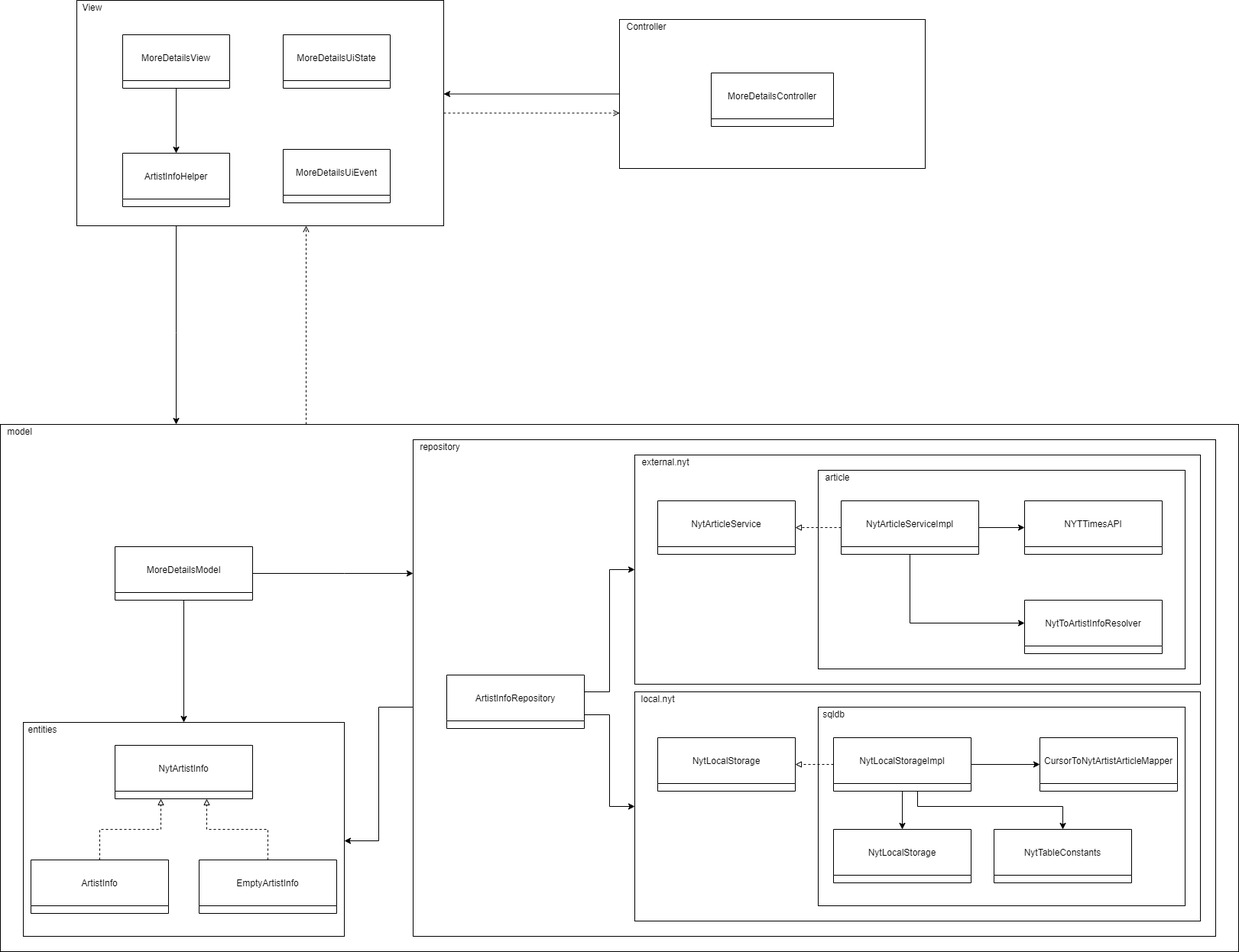
Earlier version of the draw.io export docs/moreDetails_classes_diagram.png (FerminAlvarez/Libreria-NY3-AyDS22). Source tidied: cells renumbered, new cells last; positions are measured from the earlier drawing's top-left corner, leaving out a move shared by most shapes. Source of this version:
```xml
<mxGraphModel>
  <root>
    <mxCell id="0" />
    <mxCell id="1" parent="0" />
    <mxCell id="2" style="edgeStyle=orthogonalEdgeStyle;rounded=0;jettySize=auto;html=1;endArrow=open;endFill=0;dashed=1;" parent="1" edge="1" source="3" target="8">
      <mxGeometry relative="1" as="geometry">
        <Array as="points">
          <mxPoint x="400" y="435" />
          <mxPoint x="400" y="435" />
        </Array>
      </mxGeometry>
    </mxCell>
    <mxCell id="3" style="rounded=0;whiteSpace=wrap;html=1;" parent="1" vertex="1">
      <mxGeometry y="555" width="1620" height="690" as="geometry" />
    </mxCell>
    <mxCell id="4" style="edgeStyle=orthogonalEdgeStyle;rounded=0;jettySize=auto;html=1;endArrow=classic;endFill=1;" parent="1" edge="1" source="5" target="8">
      <mxGeometry relative="1" as="geometry">
        <Array as="points">
          <mxPoint x="900" y="170" />
          <mxPoint x="900" y="170" />
        </Array>
      </mxGeometry>
    </mxCell>
    <mxCell id="5" style="rounded=0;whiteSpace=wrap;html=1;" parent="1" vertex="1">
      <mxGeometry x="810" y="25" width="400" height="195" as="geometry" />
    </mxCell>
    <mxCell id="6" style="edgeStyle=orthogonalEdgeStyle;rounded=0;jettySize=auto;html=1;endArrow=classic;endFill=1;" parent="1" edge="1" source="8" target="3">
      <mxGeometry relative="1" as="geometry">
        <Array as="points">
          <mxPoint x="230" y="435" />
          <mxPoint x="230" y="435" />
        </Array>
      </mxGeometry>
    </mxCell>
    <mxCell id="7" style="edgeStyle=orthogonalEdgeStyle;rounded=0;jettySize=auto;html=1;endArrow=open;endFill=0;dashed=1;" parent="1" edge="1" source="8" target="5">
      <mxGeometry relative="1" as="geometry">
        <Array as="points">
          <mxPoint x="830" y="213" />
          <mxPoint x="830" y="213" />
        </Array>
      </mxGeometry>
    </mxCell>
    <mxCell id="8" style="rounded=0;whiteSpace=wrap;html=1;" parent="1" vertex="1">
      <mxGeometry x="100" width="480" height="295" as="geometry" />
    </mxCell>
    <mxCell id="9" value="MoreDetailsUiEvent" style="swimlane;fontStyle=0;horizontal=1;startSize=60;" parent="1" vertex="1">
      <mxGeometry x="370" y="195" width="140" height="70" as="geometry" />
    </mxCell>
    <mxCell id="10" value="MoreDetailsUiState" style="swimlane;fontStyle=0;horizontal=1;startSize=60;" parent="1" vertex="1">
      <mxGeometry x="370" y="45" width="140" height="70" as="geometry" />
    </mxCell>
    <mxCell id="11" style="edgeStyle=orthogonalEdgeStyle;rounded=0;jettySize=auto;html=1;endArrow=classic;endFill=1;" parent="1" edge="1" source="12" target="13">
      <mxGeometry relative="1" as="geometry" />
    </mxCell>
    <mxCell id="12" value="MoreDetailsView" style="swimlane;fontStyle=0;horizontal=1;startSize=60;" parent="1" vertex="1">
      <mxGeometry x="160" y="45" width="140" height="70" as="geometry" />
    </mxCell>
    <mxCell id="13" value="ArtistInfoHelper" style="swimlane;fontStyle=0;horizontal=1;startSize=60;" parent="1" vertex="1">
      <mxGeometry x="160" y="200" width="140" height="70" as="geometry" />
    </mxCell>
    <mxCell id="14" value="MoreDetailsController" style="swimlane;fontStyle=0;horizontal=1;startSize=60;" parent="1" vertex="1">
      <mxGeometry x="930" y="95" width="160" height="70" as="geometry" />
    </mxCell>
    <mxCell id="15" value="View" style="text;html=1;align=center;verticalAlign=middle;strokeColor=none;fillColor=none;" parent="1" vertex="1">
      <mxGeometry x="100" width="40" height="20" as="geometry" />
    </mxCell>
    <mxCell id="16" value="Controller" style="text;html=1;align=center;verticalAlign=middle;strokeColor=none;fillColor=none;" parent="1" vertex="1">
      <mxGeometry x="810" y="25" width="70" height="20" as="geometry" />
    </mxCell>
    <mxCell id="17" value="model" style="text;html=1;align=center;verticalAlign=middle;strokeColor=none;fillColor=none;" parent="1" vertex="1">
      <mxGeometry y="555" width="50" height="20" as="geometry" />
    </mxCell>
    <mxCell id="18" style="edgeStyle=orthogonalEdgeStyle;rounded=0;jettySize=auto;html=1;endArrow=classic;endFill=1;" parent="1" edge="1" source="19" target="27">
      <mxGeometry relative="1" as="geometry">
        <Array as="points">
          <mxPoint x="495" y="925" />
          <mxPoint x="495" y="1100" />
        </Array>
      </mxGeometry>
    </mxCell>
    <mxCell id="19" style="rounded=0;whiteSpace=wrap;html=1;" parent="1" vertex="1">
      <mxGeometry x="540" y="575" width="1050" height="650" as="geometry" />
    </mxCell>
    <mxCell id="20" value="repository" style="text;html=1;align=center;verticalAlign=middle;strokeColor=none;fillColor=none;" parent="1" vertex="1">
      <mxGeometry x="540" y="575" width="70" height="20" as="geometry" />
    </mxCell>
    <mxCell id="21" style="edgeStyle=orthogonalEdgeStyle;rounded=0;jettySize=auto;html=1;endArrow=classic;endFill=1;" parent="1" edge="1" source="23" target="27">
      <mxGeometry relative="1" as="geometry" />
    </mxCell>
    <mxCell id="22" style="edgeStyle=orthogonalEdgeStyle;rounded=0;jettySize=auto;html=1;endArrow=classic;endFill=1;" parent="1" edge="1" source="23" target="19">
      <mxGeometry relative="1" as="geometry">
        <Array as="points">
          <mxPoint x="450" y="750" />
          <mxPoint x="450" y="750" />
        </Array>
      </mxGeometry>
    </mxCell>
    <mxCell id="23" value="MoreDetailsModel" style="swimlane;fontStyle=0;horizontal=1;startSize=60;" parent="1" vertex="1">
      <mxGeometry x="150" y="715" width="180" height="70" as="geometry" />
    </mxCell>
    <mxCell id="24" style="edgeStyle=orthogonalEdgeStyle;rounded=0;jettySize=auto;html=1;endArrow=classic;endFill=1;" parent="1" edge="1" source="26" target="34">
      <mxGeometry relative="1" as="geometry">
        <Array as="points">
          <mxPoint x="797" y="905" />
          <mxPoint x="797" y="745" />
        </Array>
      </mxGeometry>
    </mxCell>
    <mxCell id="25" style="edgeStyle=orthogonalEdgeStyle;rounded=0;jettySize=auto;html=1;endArrow=classic;endFill=1;" parent="1" edge="1" source="26" target="35">
      <mxGeometry relative="1" as="geometry">
        <Array as="points">
          <mxPoint x="797" y="935" />
          <mxPoint x="797" y="1055" />
        </Array>
      </mxGeometry>
    </mxCell>
    <mxCell id="26" value="ArtistInfoRepository" style="swimlane;fontStyle=0;horizontal=1;startSize=60;" parent="1" vertex="1">
      <mxGeometry x="584" y="883" width="180" height="70" as="geometry" />
    </mxCell>
    <mxCell id="27" style="rounded=0;whiteSpace=wrap;html=1;" parent="1" vertex="1">
      <mxGeometry x="30" y="945" width="420" height="280" as="geometry" />
    </mxCell>
    <mxCell id="28" value="entities" style="text;html=1;align=center;verticalAlign=middle;strokeColor=none;fillColor=none;" parent="1" vertex="1">
      <mxGeometry x="30" y="945" width="50" height="20" as="geometry" />
    </mxCell>
    <mxCell id="29" value="NytArtistInfo" style="swimlane;fontStyle=0;horizontal=1;startSize=60;" parent="1" vertex="1">
      <mxGeometry x="150" y="975" width="180" height="70" as="geometry" />
    </mxCell>
    <mxCell id="30" style="edgeStyle=orthogonalEdgeStyle;rounded=0;jettySize=auto;html=1;endArrow=block;endFill=0;dashed=1;" parent="1" edge="1" source="31" target="29">
      <mxGeometry relative="1" as="geometry">
        <Array as="points">
          <mxPoint x="350" y="1085" />
          <mxPoint x="270" y="1085" />
        </Array>
      </mxGeometry>
    </mxCell>
    <mxCell id="31" value="EmptyArtistInfo" style="swimlane;fontStyle=0;horizontal=1;startSize=60;" parent="1" vertex="1">
      <mxGeometry x="260" y="1125" width="180" height="70" as="geometry" />
    </mxCell>
    <mxCell id="32" style="edgeStyle=orthogonalEdgeStyle;rounded=0;jettySize=auto;html=1;endArrow=block;endFill=0;dashed=1;" parent="1" edge="1" source="33" target="29">
      <mxGeometry relative="1" as="geometry">
        <Array as="points">
          <mxPoint x="130" y="1085" />
          <mxPoint x="210" y="1085" />
        </Array>
      </mxGeometry>
    </mxCell>
    <mxCell id="33" value="ArtistInfo" style="swimlane;fontStyle=0;horizontal=1;startSize=60;" parent="1" vertex="1">
      <mxGeometry x="40" y="1125" width="180" height="70" as="geometry" />
    </mxCell>
    <mxCell id="34" style="rounded=0;whiteSpace=wrap;html=1;" parent="1" vertex="1">
      <mxGeometry x="830" y="595" width="740" height="300" as="geometry" />
    </mxCell>
    <mxCell id="35" style="rounded=0;whiteSpace=wrap;html=1;" parent="1" vertex="1">
      <mxGeometry x="830" y="905" width="740" height="300" as="geometry" />
    </mxCell>
    <mxCell id="36" value="external.nyt" style="text;html=1;align=center;verticalAlign=middle;strokeColor=none;fillColor=none;" parent="1" vertex="1">
      <mxGeometry x="830" y="595" width="80" height="20" as="geometry" />
    </mxCell>
    <mxCell id="37" value="local.nyt" style="text;html=1;align=center;verticalAlign=middle;strokeColor=none;fillColor=none;" parent="1" vertex="1">
      <mxGeometry x="830" y="905" width="60" height="20" as="geometry" />
    </mxCell>
    <mxCell id="38" value="NytArticleService" style="swimlane;fontStyle=0;horizontal=1;startSize=60;" parent="1" vertex="1">
      <mxGeometry x="860" y="655" width="180" height="70" as="geometry" />
    </mxCell>
    <mxCell id="39" style="rounded=0;whiteSpace=wrap;html=1;" parent="1" vertex="1">
      <mxGeometry x="1070" y="615" width="480" height="260" as="geometry" />
    </mxCell>
    <mxCell id="40" value="article" style="text;html=1;align=center;verticalAlign=middle;strokeColor=none;fillColor=none;" parent="1" vertex="1">
      <mxGeometry x="1070" y="615" width="50" height="20" as="geometry" />
    </mxCell>
    <mxCell id="41" value="NYTTimesAPI" style="swimlane;fontStyle=0;horizontal=1;startSize=60;" parent="1" vertex="1">
      <mxGeometry x="1340" y="655" width="180" height="70" as="geometry" />
    </mxCell>
    <mxCell id="42" value="NytToArtistInfoResolver" style="swimlane;fontStyle=0;horizontal=1;startSize=60;" parent="1" vertex="1">
      <mxGeometry x="1340" y="785" width="180" height="70" as="geometry" />
    </mxCell>
    <mxCell id="43" value="NytLocalStorage" style="swimlane;fontStyle=0;horizontal=1;startSize=60;" parent="1" vertex="1">
      <mxGeometry x="860" y="965" width="180" height="70" as="geometry" />
    </mxCell>
    <mxCell id="44" style="rounded=0;whiteSpace=wrap;html=1;" parent="1" vertex="1">
      <mxGeometry x="1070" y="925" width="480" height="260" as="geometry" />
    </mxCell>
    <mxCell id="45" value="sqldb" style="text;html=1;align=center;verticalAlign=middle;strokeColor=none;fillColor=none;" parent="1" vertex="1">
      <mxGeometry x="1070" y="925" width="40" height="20" as="geometry" />
    </mxCell>
    <mxCell id="46" value="NytLocalStorage" style="swimlane;fontStyle=0;horizontal=1;startSize=60;" parent="1" vertex="1">
      <mxGeometry x="1090" y="1085" width="180" height="70" as="geometry" />
    </mxCell>
    <mxCell id="47" value="NytTableConstants" style="swimlane;fontStyle=0;horizontal=1;startSize=60;" parent="1" vertex="1">
      <mxGeometry x="1300" y="1085" width="180" height="70" as="geometry" />
    </mxCell>
    <mxCell id="48" style="edgeStyle=orthogonalEdgeStyle;rounded=0;jettySize=auto;html=1;endArrow=classic;endFill=1;" parent="1" edge="1" source="52" target="53">
      <mxGeometry relative="1" as="geometry" />
    </mxCell>
    <mxCell id="49" style="edgeStyle=orthogonalEdgeStyle;rounded=0;jettySize=auto;html=1;endArrow=classic;endFill=1;" parent="1" edge="1" source="52" target="46">
      <mxGeometry relative="1" as="geometry" />
    </mxCell>
    <mxCell id="50" style="edgeStyle=orthogonalEdgeStyle;rounded=0;jettySize=auto;html=1;endArrow=classic;endFill=1;" parent="1" edge="1" source="52" target="47">
      <mxGeometry relative="1" as="geometry">
        <Array as="points">
          <mxPoint x="1200" y="1055" />
          <mxPoint x="1390" y="1055" />
        </Array>
      </mxGeometry>
    </mxCell>
    <mxCell id="51" style="edgeStyle=orthogonalEdgeStyle;rounded=0;jettySize=auto;html=1;endArrow=block;endFill=0;dashed=1;" parent="1" edge="1" source="52" target="43">
      <mxGeometry relative="1" as="geometry" />
    </mxCell>
    <mxCell id="52" value="NytLocalStorageImpl" style="swimlane;fontStyle=0;horizontal=1;startSize=60;" parent="1" vertex="1">
      <mxGeometry x="1090" y="965" width="180" height="70" as="geometry" />
    </mxCell>
    <mxCell id="53" value="CursorToNytArtistArticleMapper" style="swimlane;fontStyle=0;horizontal=1;startSize=60;" parent="1" vertex="1">
      <mxGeometry x="1360" y="965" width="180" height="70" as="geometry" />
    </mxCell>
    <mxCell id="54" style="edgeStyle=orthogonalEdgeStyle;rounded=0;jettySize=auto;html=1;endArrow=block;endFill=0;dashed=1;" parent="1" edge="1" source="57" target="38">
      <mxGeometry relative="1" as="geometry" />
    </mxCell>
    <mxCell id="55" style="edgeStyle=orthogonalEdgeStyle;rounded=0;jettySize=auto;html=1;endArrow=classic;endFill=1;" parent="1" edge="1" source="57" target="41">
      <mxGeometry relative="1" as="geometry" />
    </mxCell>
    <mxCell id="56" style="edgeStyle=orthogonalEdgeStyle;rounded=0;jettySize=auto;html=1;endArrow=classic;endFill=1;" parent="1" edge="1" source="57" target="42">
      <mxGeometry relative="1" as="geometry">
        <Array as="points">
          <mxPoint x="1190" y="815" />
        </Array>
      </mxGeometry>
    </mxCell>
    <mxCell id="57" value="NytArticleServiceImpl" style="swimlane;fontStyle=0;horizontal=1;startSize=60;" parent="1" vertex="1">
      <mxGeometry x="1100" y="655" width="180" height="70" as="geometry" />
    </mxCell>
  </root>
</mxGraphModel>
```
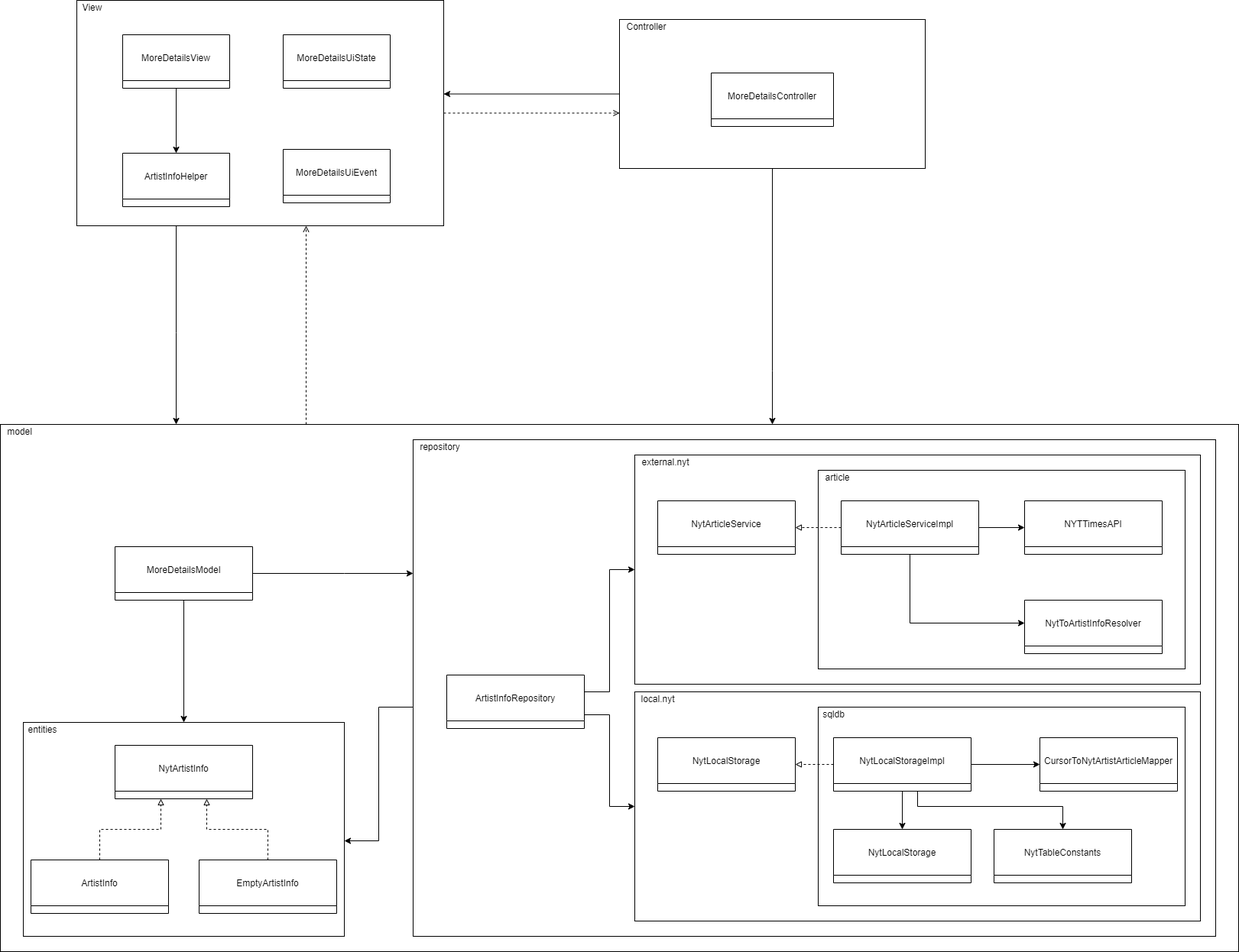
After the commit.

The edit, as a diff of the source:
```diff
@@ -21,6 +21,14 @@
         </Array>
       </mxGeometry>
     </mxCell>
+    <mxCell id="58" style="edgeStyle=orthogonalEdgeStyle;rounded=0;jettySize=auto;html=1;" parent="1" edge="1" source="5" target="3">
+      <mxGeometry relative="1" as="geometry">
+        <Array as="points">
+          <mxPoint x="1010" y="485" />
+          <mxPoint x="1010" y="485" />
+        </Array>
+      </mxGeometry>
+    </mxCell>
     <mxCell id="5" style="rounded=0;whiteSpace=wrap;html=1;" parent="1" vertex="1">
       <mxGeometry x="810" y="25" width="400" height="195" as="geometry" />
     </mxCell>
```
